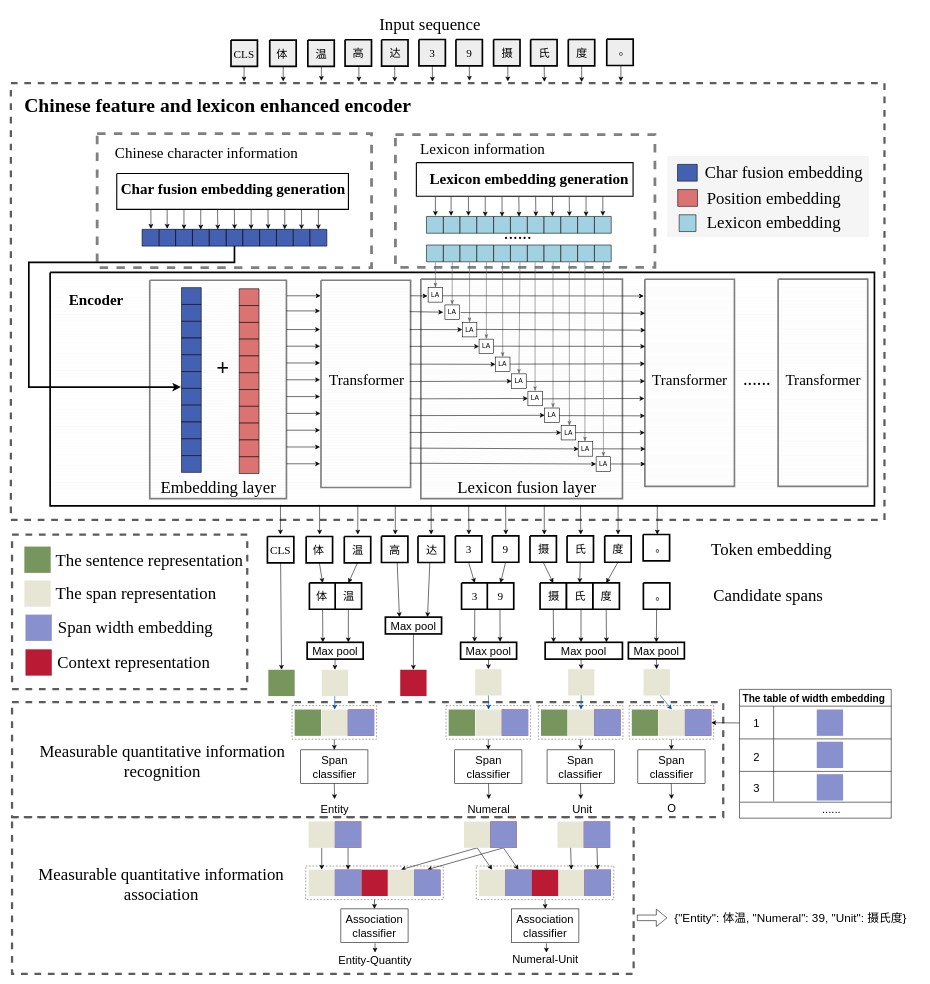
Above: page "第 1 页" (1 of 4) of SCLert_model.drawio in JJackMoO/Jackert_draw (draw.io), before the change. Source tidied: cells renumbered, new cells numbered last; positions are measured from the earlier drawing's top-left corner, leaving out a move shared by most shapes. Both pictures are drawn from the tidied source at 56%, with x=0, y=0 at pixel (11, 10).
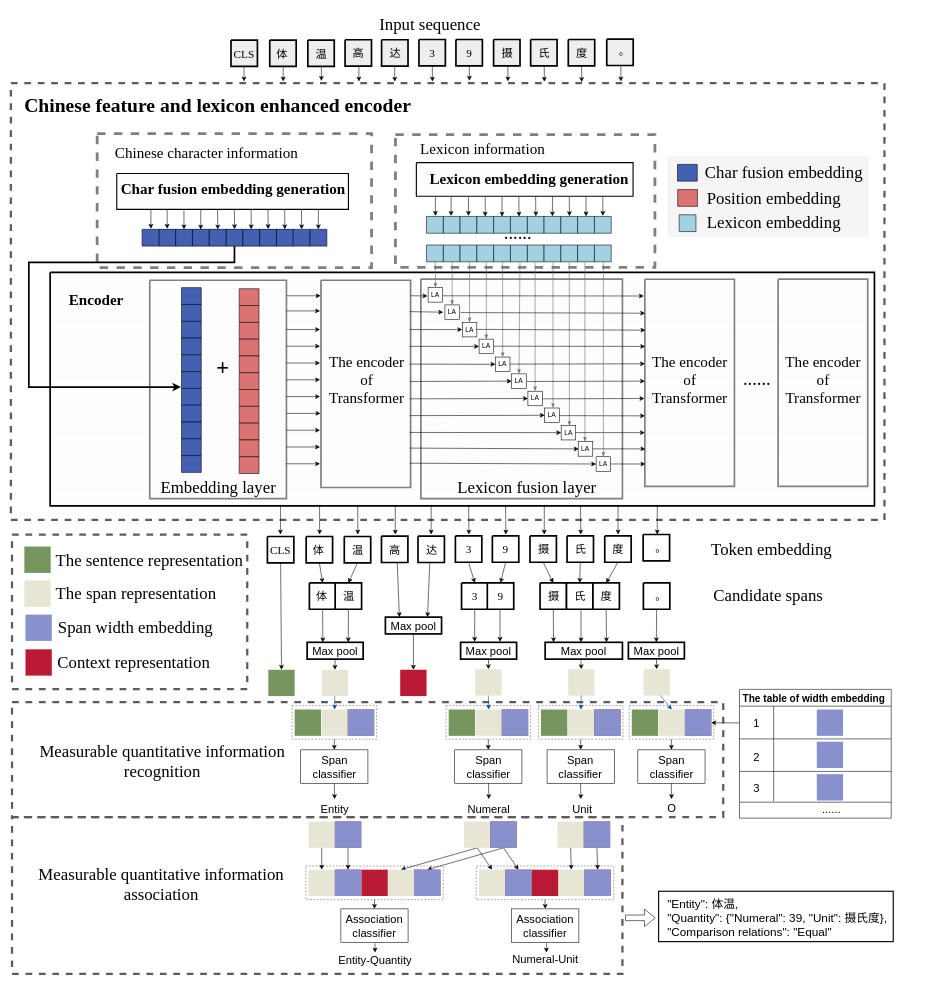
After the change.

What changed in the source:
```diff
@@
     <mxCell id="5" style="rounded=0;whiteSpace=wrap;html=1;dashed=1;fontSize=20;strokeColor=#5C5C5C;strokeWidth=4;fillColor=none;" parent="1" vertex="1">
-      <mxGeometry x="2" y="1441.5" width="1110" height="280" as="geometry" />
+      <mxGeometry x="2" y="1441.5" width="1090" height="280" as="geometry" />
     </mxCell>
@@
     <mxCell id="155" style="shape=flexArrow;endArrow=classic;html=1;rounded=0;fontSize=20;strokeColor=#000000;" parent="1" edge="1">
       <mxGeometry relative="1" as="geometry">
-        <mxPoint x="1118" y="1621.5" as="sourcePoint" />
-        <mxPoint x="1172" y="1621.5" as="targetPoint" />
+        <mxPoint x="1097" y="1621.5" as="sourcePoint" />
+        <mxPoint x="1151" y="1621.5" as="targetPoint" />
       </mxGeometry>
     </mxCell>
-    <mxCell id="156" value="&lt;font style=&quot;font-size: 21px;&quot;&gt;{&lt;span style=&quot;background-color: initial;&quot;&gt;&quot;Entity&quot;: 体温,&amp;nbsp;&lt;/span&gt;&quot;Numeral&quot;: 39, &quot;Unit&quot;: 摄氏度}&lt;/font&gt;" style="text;html=1;align=left;verticalAlign=middle;fillColor=none;strokeColor=none;rounded=0;dashed=1;fontSize=20;" parent="1" vertex="1">
-      <mxGeometry x="1183" y="1600.5" width="440" height="40" as="geometry" />
+    <mxCell id="156" value="&lt;font style=&quot;font-size: 21px;&quot;&gt;&lt;br&gt;&lt;span style=&quot;background-color: initial;&quot;&gt;&lt;span style=&quot;&quot;&gt;&lt;span style=&quot;white-space: pre;&quot;&gt;&amp;nbsp;&amp;nbsp;&amp;nbsp;&amp;nbsp;&lt;/span&gt;&lt;/span&gt;&quot;Entity&quot;: 体温, &lt;br&gt;&lt;span style=&quot;&quot;&gt;&lt;span style=&quot;white-space: pre;&quot;&gt;&amp;nbsp;&amp;nbsp;&amp;nbsp;&amp;nbsp;&lt;/span&gt;&lt;/span&gt;&quot;Quantity&quot;: {&lt;/span&gt;&quot;Numeral&quot;: 39, &quot;Unit&quot;: 摄氏度},&lt;br&gt;&lt;span style=&quot;&quot;&gt;&lt;span style=&quot;white-space: pre;&quot;&gt;&amp;nbsp;&amp;nbsp;&amp;nbsp;&amp;nbsp;&lt;/span&gt;&lt;/span&gt;&quot;Comparison relations&quot;: &quot;Equal&quot;&lt;br&gt;&lt;br&gt;&lt;/font&gt;" style="text;html=1;align=left;verticalAlign=middle;fillColor=none;strokeColor=none;rounded=0;dashed=1;fontSize=20;" parent="1" vertex="1">
+      <mxGeometry x="1146.6" y="1550.5" width="440" height="140" as="geometry" />
     </mxCell>
@@
-    <mxCell id="206" value="Transformer" style="text;html=1;align=center;verticalAlign=middle;fillColor=none;strokeColor=none;rounded=0;shadow=0;sketch=0;fillStyle=auto;fontFamily=Times New Roman;fontSize=27;" parent="1" vertex="1">
-      <mxGeometry x="559.7" y="641.1" width="150" height="40" as="geometry" />
+    <mxCell id="206" value="The encoder &lt;br&gt;of &lt;br&gt;Transformer" style="text;html=1;align=center;verticalAlign=middle;fillColor=none;strokeColor=none;rounded=0;shadow=0;sketch=0;fillStyle=auto;fontFamily=Times New Roman;fontSize=27;" parent="1" vertex="1">
+      <mxGeometry x="554.7" y="606.1" width="160" height="110" as="geometry" />
     </mxCell>
@@
-    <mxCell id="226" value="Transformer" style="text;html=1;align=center;verticalAlign=middle;fillColor=none;strokeColor=none;rounded=0;shadow=0;sketch=0;fillStyle=auto;fontFamily=Times New Roman;fontSize=27;" parent="1" vertex="1">
-      <mxGeometry x="1137" y="641.1" width="150" height="40" as="geometry" />
+    <mxCell id="226" value="The encoder&lt;br&gt;of &lt;br&gt;Transformer" style="text;html=1;align=center;verticalAlign=middle;fillColor=none;strokeColor=none;rounded=0;shadow=0;sketch=0;fillStyle=auto;fontFamily=Times New Roman;fontSize=27;" parent="1" vertex="1">
+      <mxGeometry x="1132" y="606.1" width="160" height="110" as="geometry" />
     </mxCell>
@@
-    <mxCell id="415" value="Transformer" style="text;html=1;align=center;verticalAlign=middle;fillColor=none;strokeColor=none;rounded=0;shadow=0;sketch=0;fillStyle=auto;fontFamily=Times New Roman;fontSize=27;" parent="1" vertex="1">
-      <mxGeometry x="1375" y="641.1" width="150" height="40" as="geometry" />
+    <mxCell id="415" value="The encoder&lt;br&gt;of&lt;br&gt;Transformer" style="text;html=1;align=center;verticalAlign=middle;fillColor=none;strokeColor=none;rounded=0;shadow=0;sketch=0;fillStyle=auto;fontFamily=Times New Roman;fontSize=27;" parent="1" vertex="1">
+      <mxGeometry x="1370" y="606.1" width="160" height="110" as="geometry" />
     </mxCell>
+    <mxCell id="416" style="rounded=0;whiteSpace=wrap;html=1;fillColor=none;strokeWidth=2;" parent="1" vertex="1">
+      <mxGeometry x="1156.6" y="1574" width="419" height="90" as="geometry" />
+    </mxCell>
```
